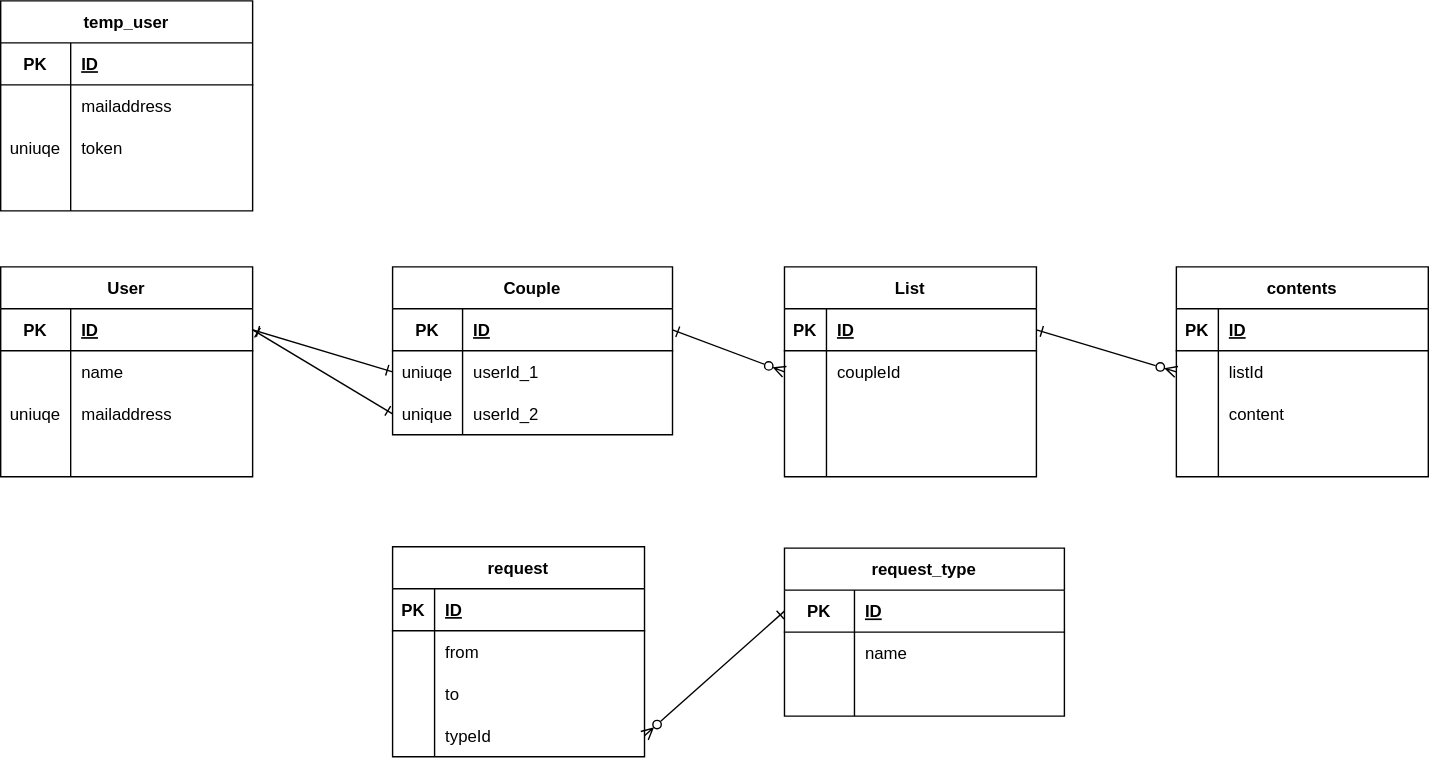
Earlier version of the draw.io export backend/db.drawio.svg (exchange-wata/SweetheartSuite). Source tidied: cells renumbered, new cells last; positions are measured from the earlier drawing's top-left corner, leaving out a move shared by most shapes.
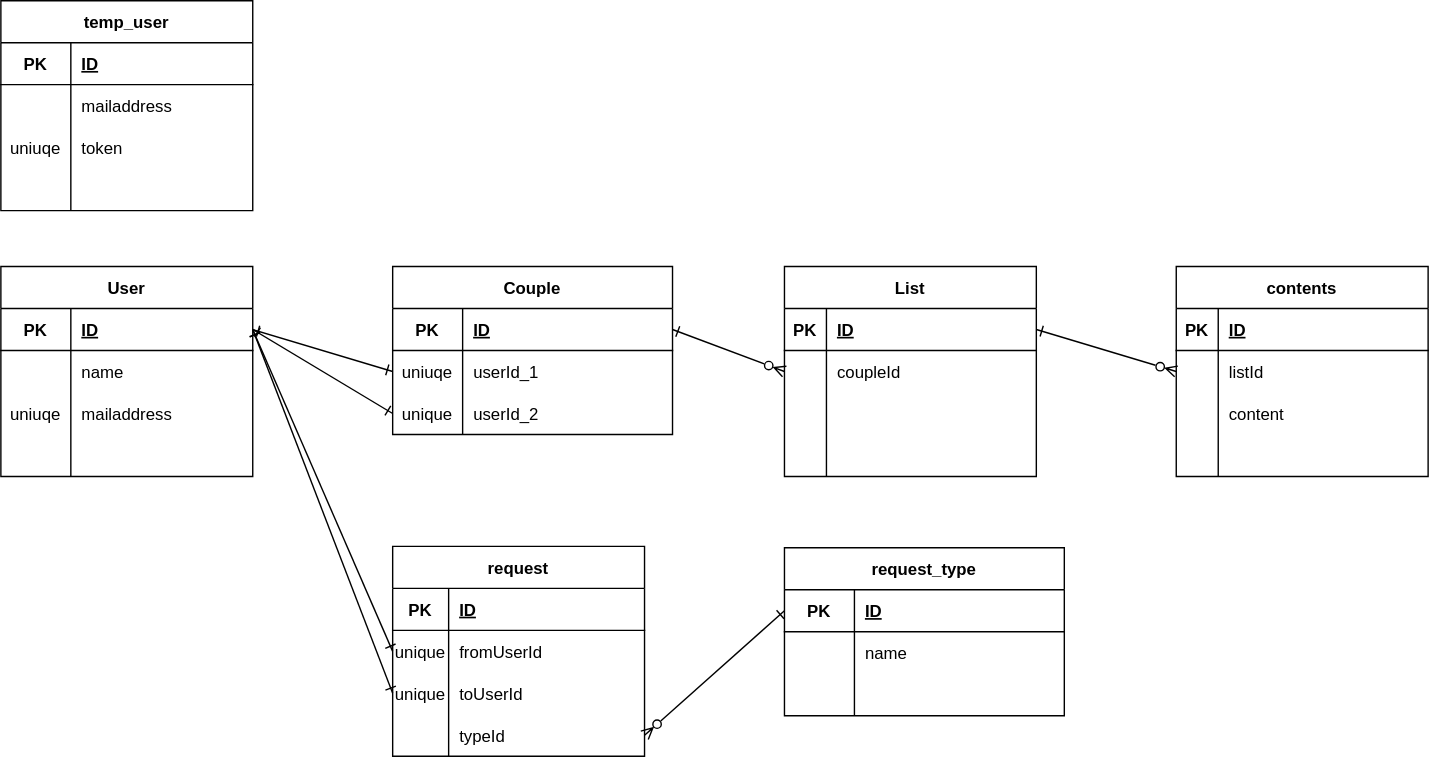
After the change.

What changed in the source:
```diff
@@ -207,37 +207,37 @@
       <mxGeometry y="30" width="180" height="30" as="geometry" />
     </mxCell>
     <mxCell id="70" value="PK" style="shape=partialRectangle;fillColor=none;top=0;left=0;bottom=0;right=0;fontStyle=1;overflow=hidden;" parent="69" vertex="1">
-      <mxGeometry width="30" height="30" as="geometry" />
+      <mxGeometry width="40" height="30" as="geometry" />
     </mxCell>
     <mxCell id="71" value="ID" style="shape=partialRectangle;fillColor=none;top=0;left=0;bottom=0;right=0;align=left;spacingLeft=6;fontStyle=5;overflow=hidden;" parent="69" vertex="1">
-      <mxGeometry x="30" width="150" height="30" as="geometry" />
+      <mxGeometry x="40" width="140" height="30" as="geometry" />
     </mxCell>
     <mxCell id="72" style="shape=tableRow;horizontal=0;startSize=0;swimlaneHead=0;swimlaneBody=0;fillColor=none;points=[[0,0.5],[1,0.5]];portConstraint=eastwest;top=0;left=0;right=0;bottom=0;" parent="68" vertex="1">
       <mxGeometry y="60" width="180" height="30" as="geometry" />
     </mxCell>
-    <mxCell id="73" style="shape=partialRectangle;fillColor=none;top=0;left=0;bottom=0;right=0;overflow=hidden;" parent="72" vertex="1">
-      <mxGeometry width="30" height="30" as="geometry" />
+    <mxCell id="73" value="unique" style="shape=partialRectangle;fillColor=none;top=0;left=0;bottom=0;right=0;overflow=hidden;" parent="72" vertex="1">
+      <mxGeometry width="40" height="30" as="geometry" />
     </mxCell>
-    <mxCell id="74" value="from" style="shape=partialRectangle;fillColor=none;top=0;left=0;bottom=0;right=0;align=left;spacingLeft=6;overflow=hidden;" parent="72" vertex="1">
-      <mxGeometry x="30" width="150" height="30" as="geometry" />
+    <mxCell id="74" value="fromUserId" style="shape=partialRectangle;fillColor=none;top=0;left=0;bottom=0;right=0;align=left;spacingLeft=6;overflow=hidden;" parent="72" vertex="1">
+      <mxGeometry x="40" width="140" height="30" as="geometry" />
     </mxCell>
     <mxCell id="75" style="shape=tableRow;horizontal=0;startSize=0;swimlaneHead=0;swimlaneBody=0;fillColor=none;points=[[0,0.5],[1,0.5]];portConstraint=eastwest;top=0;left=0;right=0;bottom=0;" parent="68" vertex="1">
       <mxGeometry y="90" width="180" height="30" as="geometry" />
     </mxCell>
-    <mxCell id="76" style="shape=partialRectangle;fillColor=none;top=0;left=0;bottom=0;right=0;overflow=hidden;" parent="75" vertex="1">
-      <mxGeometry width="30" height="30" as="geometry" />
+    <mxCell id="76" value="unique" style="shape=partialRectangle;fillColor=none;top=0;left=0;bottom=0;right=0;overflow=hidden;" parent="75" vertex="1">
+      <mxGeometry width="40" height="30" as="geometry" />
     </mxCell>
-    <mxCell id="77" value="to" style="shape=partialRectangle;fillColor=none;top=0;left=0;bottom=0;right=0;align=left;spacingLeft=6;overflow=hidden;" parent="75" vertex="1">
-      <mxGeometry x="30" width="150" height="30" as="geometry" />
+    <mxCell id="77" value="toUserId" style="shape=partialRectangle;fillColor=none;top=0;left=0;bottom=0;right=0;align=left;spacingLeft=6;overflow=hidden;" parent="75" vertex="1">
+      <mxGeometry x="40" width="140" height="30" as="geometry" />
     </mxCell>
     <mxCell id="78" style="shape=tableRow;horizontal=0;startSize=0;swimlaneHead=0;swimlaneBody=0;fillColor=none;points=[[0,0.5],[1,0.5]];portConstraint=eastwest;top=0;left=0;right=0;bottom=0;" parent="68" vertex="1">
       <mxGeometry y="120" width="180" height="30" as="geometry" />
     </mxCell>
     <mxCell id="79" style="shape=partialRectangle;fillColor=none;top=0;left=0;bottom=0;right=0;overflow=hidden;" parent="78" vertex="1">
-      <mxGeometry width="30" height="30" as="geometry" />
+      <mxGeometry width="40" height="30" as="geometry" />
     </mxCell>
     <mxCell id="80" value="typeId" style="shape=partialRectangle;fillColor=none;top=0;left=0;bottom=0;right=0;align=left;spacingLeft=6;overflow=hidden;" parent="78" vertex="1">
-      <mxGeometry x="30" width="150" height="30" as="geometry" />
+      <mxGeometry x="40" width="140" height="30" as="geometry" />
     </mxCell>
     <mxCell id="81" value="request_type" style="shape=table;startSize=30;rowLines=0;fontStyle=1;align=center;" parent="1" vertex="1">
       <mxGeometry x="560" y="391" width="200" height="120" as="geometry" />
@@ -272,5 +272,11 @@
     <mxCell id="91" style="edgeStyle=none;html=1;entryX=1;entryY=0.5;entryDx=0;entryDy=0;startArrow=ERone;startFill=0;endArrow=ERzeroToMany;endFill=0;exitX=0;exitY=0.5;exitDx=0;exitDy=0;" parent="1" edge="1" source="82" target="78">
       <mxGeometry relative="1" as="geometry" />
     </mxCell>
+    <mxCell id="92" style="edgeStyle=none;html=1;exitX=1;exitY=0.5;exitDx=0;exitDy=0;entryX=0;entryY=0.5;entryDx=0;entryDy=0;startArrow=ERone;startFill=0;endArrow=ERone;endFill=0;" parent="1" edge="1" source="3" target="72">
+      <mxGeometry relative="1" as="geometry" />
+    </mxCell>
+    <mxCell id="93" style="edgeStyle=none;html=1;exitX=1;exitY=0.5;exitDx=0;exitDy=0;entryX=0;entryY=0.5;entryDx=0;entryDy=0;startArrow=ERone;startFill=0;endArrow=ERone;endFill=0;" parent="1" edge="1" source="3" target="75">
+      <mxGeometry relative="1" as="geometry" />
+    </mxCell>
   </root>
 </mxGraphModel>
```
